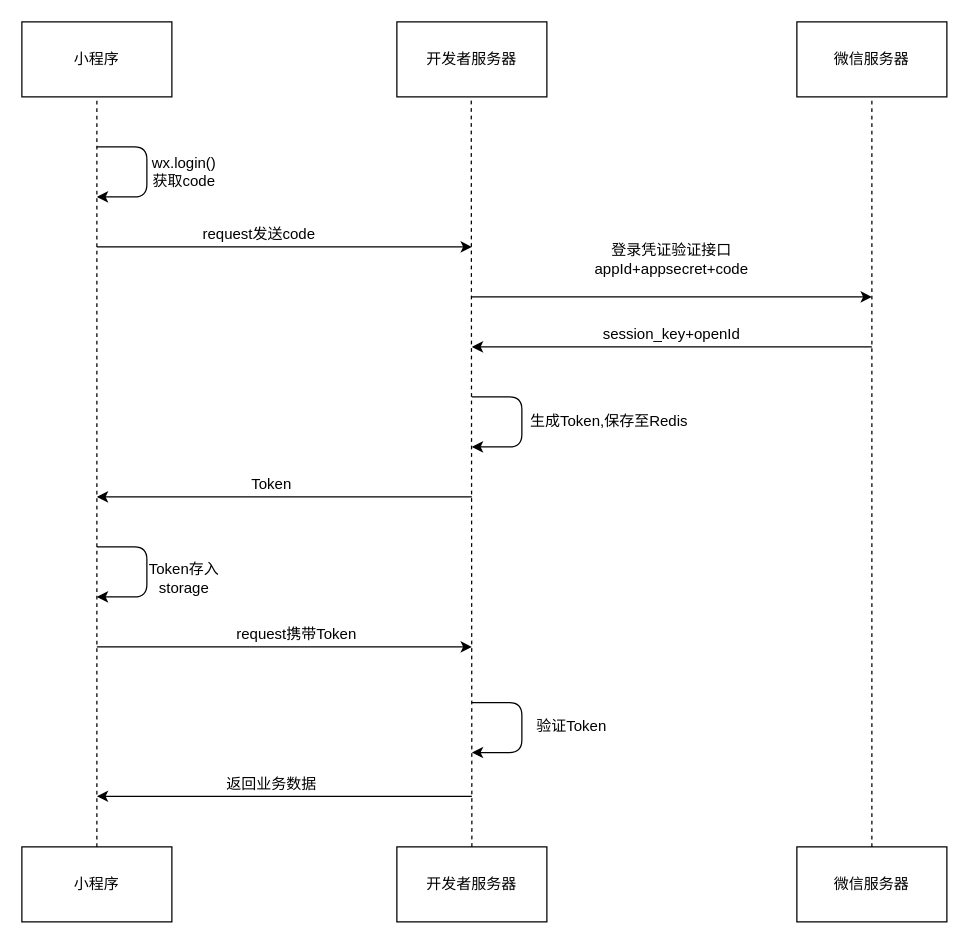
Above: 用户登录时序图.drawio in geoffrey-h/code (draw.io), before the change. Source tidied: cells renumbered, new cells numbered last; positions are measured from the earlier drawing's top-left corner, leaving out a move shared by most shapes. Both pictures are drawn from the tidied source at 125%, with x=0, y=0 at pixel (21, 21).
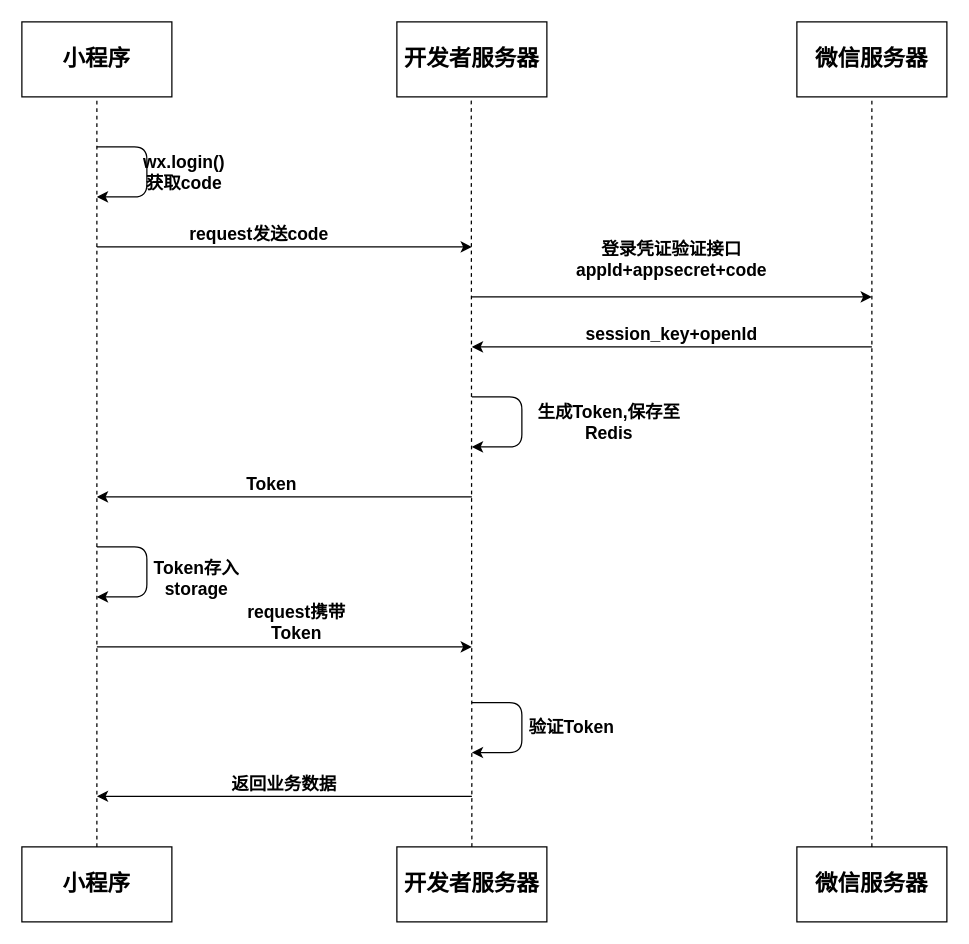
The same page after the edit.

Commit message:
更新用户登录时序图.drawio

Change to the diagram source:
```diff
@@
-    <mxCell id="2" value="小程序" style="rounded=0;whiteSpace=wrap;html=1;" parent="1" vertex="1">
+    <mxCell id="2" value="&lt;b&gt;&lt;font style=&quot;font-size: 18px&quot;&gt;小程序&lt;/font&gt;&lt;/b&gt;" style="rounded=0;whiteSpace=wrap;html=1;" parent="1" vertex="1">
       <mxGeometry width="120" height="60" as="geometry" />
     </mxCell>
-    <mxCell id="3" value="开发者服务器" style="rounded=0;whiteSpace=wrap;html=1;" parent="1" vertex="1">
+    <mxCell id="3" value="&lt;b&gt;&lt;font style=&quot;font-size: 18px&quot;&gt;开发者服务器&lt;/font&gt;&lt;/b&gt;" style="rounded=0;whiteSpace=wrap;html=1;" parent="1" vertex="1">
       <mxGeometry x="300" width="120" height="60" as="geometry" />
     </mxCell>
-    <mxCell id="4" value="微信服务器" style="rounded=0;whiteSpace=wrap;html=1;" parent="1" vertex="1">
+    <mxCell id="4" value="&lt;font style=&quot;font-size: 18px&quot;&gt;&lt;b&gt;微信服务器&lt;/b&gt;&lt;/font&gt;" style="rounded=0;whiteSpace=wrap;html=1;" parent="1" vertex="1">
       <mxGeometry x="620" width="120" height="60" as="geometry" />
     </mxCell>
-    <mxCell id="5" value="小程序" style="rounded=0;whiteSpace=wrap;html=1;" parent="1" vertex="1">
+    <mxCell id="5" value="&lt;font style=&quot;font-size: 18px&quot;&gt;&lt;b&gt;小程序&lt;/b&gt;&lt;/font&gt;" style="rounded=0;whiteSpace=wrap;html=1;" parent="1" vertex="1">
       <mxGeometry y="660" width="120" height="60" as="geometry" />
     </mxCell>
-    <mxCell id="6" value="开发者服务器" style="rounded=0;whiteSpace=wrap;html=1;" parent="1" vertex="1">
+    <mxCell id="6" value="&lt;font style=&quot;font-size: 18px&quot;&gt;&lt;b&gt;开发者服务器&lt;/b&gt;&lt;/font&gt;" style="rounded=0;whiteSpace=wrap;html=1;" parent="1" vertex="1">
       <mxGeometry x="300" y="660" width="120" height="60" as="geometry" />
     </mxCell>
-    <mxCell id="7" value="微信服务器" style="rounded=0;whiteSpace=wrap;html=1;" parent="1" vertex="1">
+    <mxCell id="7" value="&lt;font style=&quot;font-size: 18px&quot;&gt;&lt;b&gt;微信服务器&lt;/b&gt;&lt;/font&gt;" style="rounded=0;whiteSpace=wrap;html=1;" parent="1" vertex="1">
       <mxGeometry x="620" y="660" width="120" height="60" as="geometry" />
     </mxCell>
@@
-    <mxCell id="14" value="wx.login()获取code" style="text;html=1;strokeColor=none;fillColor=none;align=center;verticalAlign=middle;whiteSpace=wrap;rounded=0;" parent="1" vertex="1">
+    <mxCell id="14" value="&lt;font style=&quot;font-size: 14px&quot;&gt;&lt;b&gt;wx.login()获取code&lt;/b&gt;&lt;/font&gt;" style="text;html=1;strokeColor=none;fillColor=none;align=center;verticalAlign=middle;whiteSpace=wrap;rounded=0;" parent="1" vertex="1">
       <mxGeometry x="100" y="110" width="60" height="20" as="geometry" />
     </mxCell>
@@
-    <mxCell id="16" value="request发送code" style="text;html=1;strokeColor=none;fillColor=none;align=center;verticalAlign=middle;whiteSpace=wrap;rounded=0;" parent="1" vertex="1">
+    <mxCell id="16" value="&lt;font style=&quot;font-size: 14px&quot;&gt;&lt;b&gt;request发送code&lt;/b&gt;&lt;/font&gt;" style="text;html=1;strokeColor=none;fillColor=none;align=center;verticalAlign=middle;whiteSpace=wrap;rounded=0;" parent="1" vertex="1">
       <mxGeometry x="130" y="160" width="120" height="20" as="geometry" />
     </mxCell>
@@
-    <mxCell id="18" value="登录凭证验证接口&lt;br&gt;appId+appsecret+code&lt;br&gt;" style="text;html=1;strokeColor=none;fillColor=none;align=center;verticalAlign=middle;whiteSpace=wrap;rounded=0;" parent="1" vertex="1">
+    <mxCell id="18" value="&lt;font style=&quot;font-size: 14px&quot;&gt;&lt;b&gt;登录凭证验证接口&lt;br&gt;appId+appsecret+code&lt;/b&gt;&lt;/font&gt;&lt;br&gt;" style="text;html=1;strokeColor=none;fillColor=none;align=center;verticalAlign=middle;whiteSpace=wrap;rounded=0;" parent="1" vertex="1">
       <mxGeometry x="460" y="170" width="120" height="40" as="geometry" />
     </mxCell>
@@
-    <mxCell id="20" value="session_key+openId&lt;br&gt;" style="text;html=1;strokeColor=none;fillColor=none;align=center;verticalAlign=middle;whiteSpace=wrap;rounded=0;" parent="1" vertex="1">
+    <mxCell id="20" value="&lt;font style=&quot;font-size: 14px&quot;&gt;&lt;b&gt;session_key+openId&lt;/b&gt;&lt;/font&gt;&lt;br&gt;" style="text;html=1;strokeColor=none;fillColor=none;align=center;verticalAlign=middle;whiteSpace=wrap;rounded=0;" parent="1" vertex="1">
       <mxGeometry x="460" y="240" width="120" height="20" as="geometry" />
     </mxCell>
-    <mxCell id="21" value="生成Token,保存至Redis" style="text;html=1;strokeColor=none;fillColor=none;align=center;verticalAlign=middle;whiteSpace=wrap;rounded=0;" parent="1" vertex="1">
+    <mxCell id="21" value="&lt;font style=&quot;font-size: 14px&quot;&gt;&lt;b&gt;生成Token,保存至Redis&lt;/b&gt;&lt;/font&gt;" style="text;html=1;strokeColor=none;fillColor=none;align=center;verticalAlign=middle;whiteSpace=wrap;rounded=0;" parent="1" vertex="1">
       <mxGeometry x="400" y="310" width="140" height="20" as="geometry" />
     </mxCell>
@@
-    <mxCell id="23" value="Token" style="text;html=1;strokeColor=none;fillColor=none;align=center;verticalAlign=middle;whiteSpace=wrap;rounded=0;" parent="1" vertex="1">
+    <mxCell id="23" value="&lt;font style=&quot;font-size: 14px&quot;&gt;&lt;b&gt;Token&lt;/b&gt;&lt;/font&gt;" style="text;html=1;strokeColor=none;fillColor=none;align=center;verticalAlign=middle;whiteSpace=wrap;rounded=0;" parent="1" vertex="1">
       <mxGeometry x="180" y="360" width="40" height="20" as="geometry" />
     </mxCell>
-    <mxCell id="24" value="Token存入storage" style="text;html=1;strokeColor=none;fillColor=none;align=center;verticalAlign=middle;whiteSpace=wrap;rounded=0;" parent="1" vertex="1">
-      <mxGeometry x="100" y="430" width="60" height="30" as="geometry" />
+    <mxCell id="24" value="&lt;font style=&quot;font-size: 14px&quot;&gt;&lt;b&gt;Token存入storage&lt;/b&gt;&lt;/font&gt;" style="text;html=1;strokeColor=none;fillColor=none;align=center;verticalAlign=middle;whiteSpace=wrap;rounded=0;" parent="1" vertex="1">
+      <mxGeometry x="100" y="430" width="80" height="30" as="geometry" />
     </mxCell>
@@
-    <mxCell id="28" value="request携带Token" style="text;html=1;strokeColor=none;fillColor=none;align=center;verticalAlign=middle;whiteSpace=wrap;rounded=0;" parent="1" vertex="1">
-      <mxGeometry x="170" y="480" width="100" height="20" as="geometry" />
+    <mxCell id="28" value="&lt;font style=&quot;font-size: 14px&quot;&gt;&lt;b&gt;request携带Token&lt;/b&gt;&lt;/font&gt;" style="text;html=1;strokeColor=none;fillColor=none;align=center;verticalAlign=middle;whiteSpace=wrap;rounded=0;" parent="1" vertex="1">
+      <mxGeometry x="170" y="470" width="100" height="20" as="geometry" />
     </mxCell>
-    <mxCell id="29" value="返回业务数据" style="text;html=1;strokeColor=none;fillColor=none;align=center;verticalAlign=middle;whiteSpace=wrap;rounded=0;" parent="1" vertex="1">
-      <mxGeometry x="160" y="600" width="80" height="20" as="geometry" />
+    <mxCell id="29" value="&lt;font style=&quot;font-size: 14px&quot;&gt;&lt;b&gt;返回业务数据&lt;/b&gt;&lt;/font&gt;" style="text;html=1;strokeColor=none;fillColor=none;align=center;verticalAlign=middle;whiteSpace=wrap;rounded=0;" parent="1" vertex="1">
+      <mxGeometry x="160" y="600" width="100" height="20" as="geometry" />
     </mxCell>
-    <mxCell id="30" value="验证Token" style="text;html=1;strokeColor=none;fillColor=none;align=center;verticalAlign=middle;whiteSpace=wrap;rounded=0;" parent="1" vertex="1">
+    <mxCell id="30" value="&lt;font style=&quot;font-size: 14px&quot;&gt;&lt;b&gt;验证Token&lt;/b&gt;&lt;/font&gt;" style="text;html=1;strokeColor=none;fillColor=none;align=center;verticalAlign=middle;whiteSpace=wrap;rounded=0;" parent="1" vertex="1">
       <mxGeometry x="400" y="554" width="80" height="20" as="geometry" />
     </mxCell>
```
